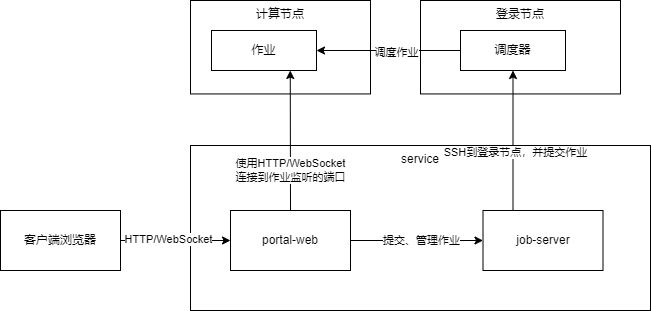
Before: docs/diagrams/app.png, a diagram exported from draw.io (PKUHPC/OpenSCOW). Source tidied: cells renumbered, new cells last; positions are measured from the earlier drawing's top-left corner, leaving out a move shared by most shapes.
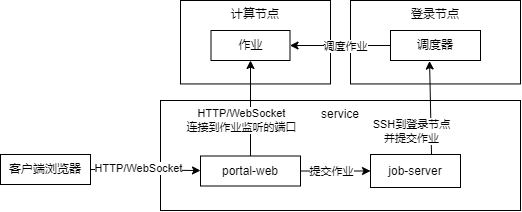
After the commit.

What changed in the source:
```diff
@@ -3,10 +3,10 @@
     <mxCell id="0" />
     <mxCell id="1" parent="0" />
     <mxCell id="2" value="service" style="rounded=0;whiteSpace=wrap;html=1;fillColor=none;verticalAlign=top;" parent="1" vertex="1">
-      <mxGeometry x="190" y="145" width="460" height="165" as="geometry" />
+      <mxGeometry x="200" y="140" width="360" height="110" as="geometry" />
     </mxCell>
     <mxCell id="3" value="登录节点" style="rounded=0;whiteSpace=wrap;html=1;fillColor=none;verticalAlign=top;" parent="1" vertex="1">
-      <mxGeometry x="420" width="200" height="93.4" as="geometry" />
+      <mxGeometry x="390" y="40" width="170" height="83.4" as="geometry" />
     </mxCell>
     <mxCell id="4" style="edgeStyle=none;html=1;exitX=1;exitY=0.5;exitDx=0;exitDy=0;" parent="1" edge="1" source="6" target="10">
       <mxGeometry relative="1" as="geometry" />
@@ -17,37 +17,40 @@
       </mxGeometry>
     </mxCell>
     <mxCell id="6" value="客户端浏览器" style="whiteSpace=wrap;html=1;fillColor=none;" parent="1" vertex="1">
-      <mxGeometry y="210" width="120" height="60" as="geometry" />
+      <mxGeometry x="40" y="194" width="90" height="30" as="geometry" />
     </mxCell>
-    <mxCell id="7" style="edgeStyle=none;html=1;exitX=1;exitY=0.5;exitDx=0;exitDy=0;entryX=0;entryY=0.5;entryDx=0;entryDy=0;" parent="1" edge="1" source="10" target="14">
-      <mxGeometry relative="1" as="geometry">
-        <Array as="points">
-          <mxPoint x="410" y="240" />
-        </Array>
-      </mxGeometry>
-    </mxCell>
-    <mxCell id="8" style="edgeStyle=none;html=1;exitX=0.5;exitY=0;exitDx=0;exitDy=0;entryX=0.75;entryY=1;entryDx=0;entryDy=0;" parent="1" edge="1" source="10" target="18">
+    <mxCell id="8" style="edgeStyle=none;html=1;exitX=0.5;exitY=0;exitDx=0;exitDy=0;entryX=0.5;entryY=1;entryDx=0;entryDy=0;" parent="1" edge="1" source="10" target="18">
       <mxGeometry relative="1" as="geometry" />
     </mxCell>
-    <mxCell id="9" value="使用HTTP/WebSocket&lt;br&gt;连接到作业监听的端口" style="edgeLabel;html=1;align=center;verticalAlign=middle;" parent="8" vertex="1">
+    <mxCell id="9" value="HTTP/WebSocket&lt;br&gt;连接到作业监听的端口" style="edgeLabel;html=1;align=center;verticalAlign=middle;" parent="8" vertex="1">
       <mxGeometry x="0.25" y="-2" relative="1" as="geometry">
-        <mxPoint x="-2" y="48" as="offset" />
+        <mxPoint x="-11" y="24" as="offset" />
       </mxGeometry>
     </mxCell>
+    <mxCell id="7" style="edgeStyle=none;html=1;exitX=1;exitY=0.5;exitDx=0;exitDy=0;entryX=0;entryY=0.5;entryDx=0;entryDy=0;" parent="1" edge="1" source="10" target="14">
+      <mxGeometry relative="1" as="geometry" />
+    </mxCell>
+    <mxCell id="20" value="提交作业" style="edgeLabel;html=1;align=center;verticalAlign=middle;" parent="7" vertex="1">
+      <mxGeometry x="-0.39" relative="1" as="geometry">
+        <mxPoint x="9" as="offset" />
+      </mxGeometry>
+    </mxCell>
     <mxCell id="10" value="portal-web" style="rounded=0;whiteSpace=wrap;html=1;fillColor=none;" parent="1" vertex="1">
-      <mxGeometry x="230" y="210" width="120" height="60" as="geometry" />
+      <mxGeometry x="240" y="195.5" width="100" height="30" as="geometry" />
     </mxCell>
     <mxCell id="11" value="计算节点" style="rounded=0;whiteSpace=wrap;html=1;fillColor=none;verticalAlign=top;" parent="1" vertex="1">
-      <mxGeometry x="190" width="180" height="93.4" as="geometry" />
+      <mxGeometry x="220" y="40" width="150" height="83.4" as="geometry" />
     </mxCell>
-    <mxCell id="12" style="edgeStyle=none;html=1;exitX=0.25;exitY=0;exitDx=0;exitDy=0;entryX=0.5;entryY=1;entryDx=0;entryDy=0;" parent="1" edge="1" source="14" target="17">
+    <mxCell id="12" style="edgeStyle=none;html=1;exitX=0.678;exitY=0.013;exitDx=0;exitDy=0;entryX=0.434;entryY=1.018;entryDx=0;entryDy=0;exitPerimeter=0;entryPerimeter=0;" parent="1" edge="1" source="14" target="17">
       <mxGeometry relative="1" as="geometry" />
     </mxCell>
-    <mxCell id="13" value="SSH到登录节点，并提交作业" style="edgeLabel;html=1;align=center;verticalAlign=middle;" parent="12" vertex="1">
-      <mxGeometry x="-0.15" y="-2" relative="1" as="geometry" />
+    <mxCell id="13" value="SSH到登录节点&lt;br&gt;并提交作业" style="edgeLabel;html=1;align=center;verticalAlign=middle;" parent="12" vertex="1">
+      <mxGeometry x="-0.15" y="-2" relative="1" as="geometry">
+        <mxPoint x="-22" y="16" as="offset" />
+      </mxGeometry>
     </mxCell>
     <mxCell id="14" value="job-server" style="rounded=0;whiteSpace=wrap;html=1;fillColor=none;" parent="1" vertex="1">
-      <mxGeometry x="482.5" y="210" width="120" height="60" as="geometry" />
+      <mxGeometry x="410" y="194" width="90" height="33" as="geometry" />
     </mxCell>
     <mxCell id="15" style="edgeStyle=none;html=1;exitX=0;exitY=0.5;exitDx=0;exitDy=0;entryX=1;entryY=0.5;entryDx=0;entryDy=0;" parent="1" edge="1" source="17" target="18">
       <mxGeometry relative="1" as="geometry" />
@@ -56,13 +59,10 @@
       <mxGeometry x="-0.1" y="1" relative="1" as="geometry" />
     </mxCell>
     <mxCell id="17" value="调度器" style="rounded=0;whiteSpace=wrap;html=1;" parent="1" vertex="1">
-      <mxGeometry x="460" y="30" width="105" height="40" as="geometry" />
+      <mxGeometry x="430" y="70" width="90" height="30" as="geometry" />
     </mxCell>
     <mxCell id="18" value="作业" style="rounded=0;whiteSpace=wrap;html=1;" parent="1" vertex="1">
-      <mxGeometry x="211" y="30" width="105" height="40" as="geometry" />
+      <mxGeometry x="250.5" y="70" width="79" height="30" as="geometry" />
     </mxCell>
-    <mxCell id="19" value="提交、管理作业" style="edgeLabel;html=1;align=center;verticalAlign=middle;" parent="1" vertex="1">
-      <mxGeometry x="420" y="240" as="geometry" />
-    </mxCell>
   </root>
 </mxGraphModel>
```
